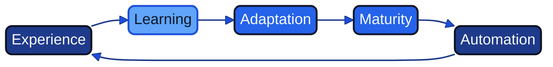
Before: docs/images/diagram_22_continuous_improvement.png, a diagram exported from Mermaid (Geonitab/architecture_as_code). Its source is kept beside it as docs/images/diagram_22_continuous_improvement.mmd.
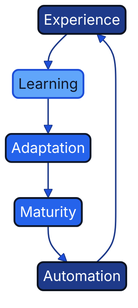
Above is the later version.

Diff of the diagram source:
```diff
@@ -1,6 +1,6 @@
-graph LR
-    A[Experience]:::geon-primary --> B[Learning]:::geon-highlight
-    B --> C[Adaptation]:::geon-accent
-    C --> D[Maturity]:::geon-accent
-    D --> E[Automation]:::geon-primary
+graph TB
+    A["Experience"]:::geon-primary --> B["Learning"]:::geon-highlight
+    B --> C["Adaptation"]:::geon-accent
+    C --> D["Maturity"]:::geon-accent
+    D --> E["Automation"]:::geon-primary
     E --> A
```
